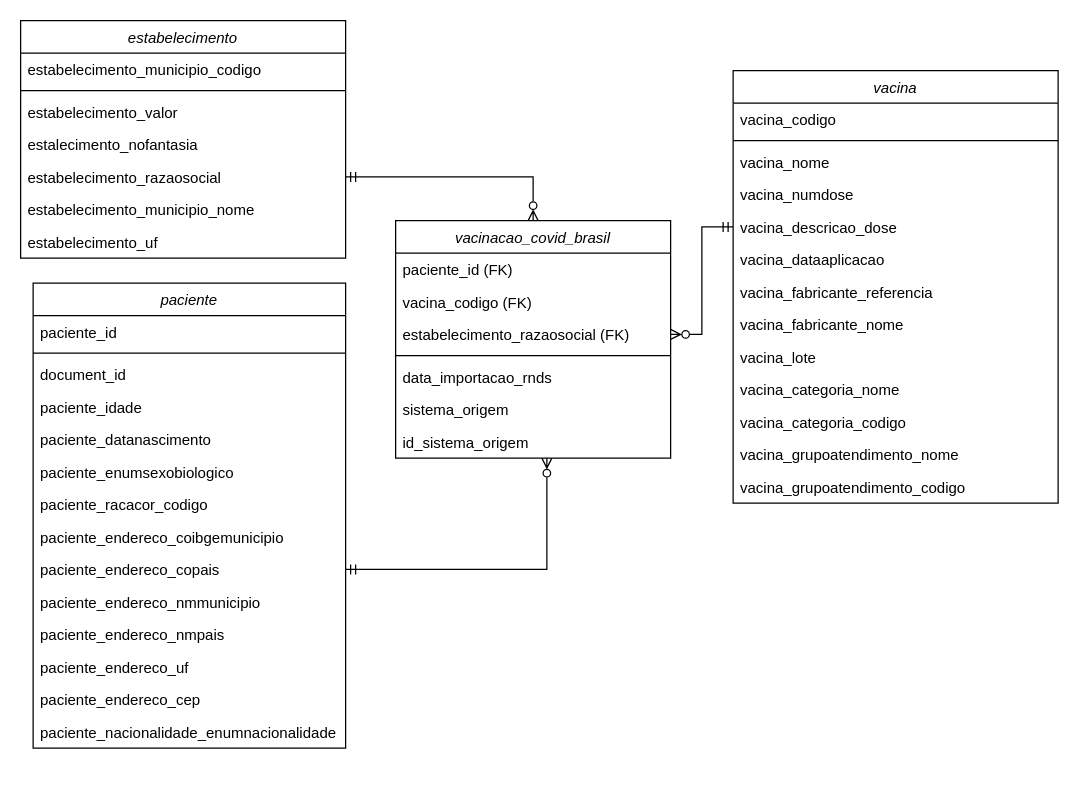
This is starSchema.drawio from troclaux/dw-trabalho-final-grupo, a draw.io file, before an edit. Source tidied: cells renumbered, new cells numbered last; positions are measured from the earlier drawing's top-left corner, leaving out a move shared by most shapes. Both pictures are drawn from the tidied source at 125%, with x=0, y=0 at pixel (20, 20).
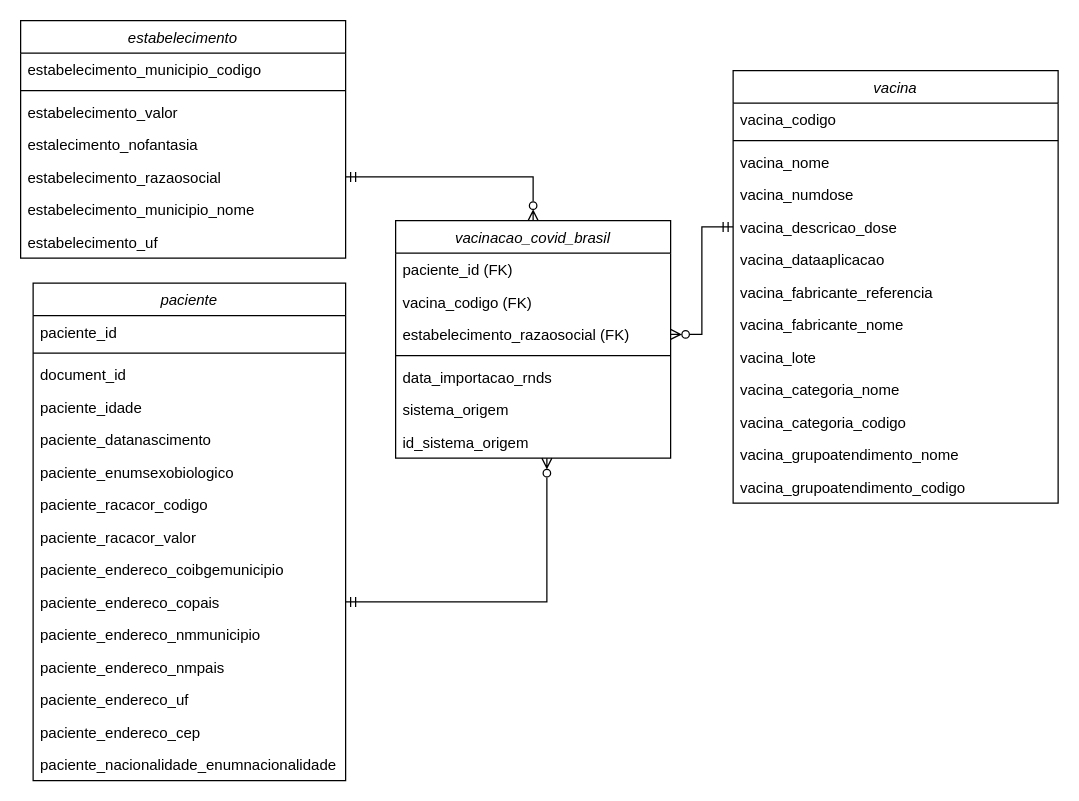
Above is the later version.

Commit message (it also covers changes not shown here):
*correcoes no modelo e na declaracao do modelo

Diff of the diagram source:
```diff
@@
     <mxCell id="2" value="paciente" style="swimlane;fontStyle=2;align=center;verticalAlign=top;horizontal=1;startSize=26;rounded=0;shadow=0;strokeWidth=1;" parent="1" vertex="1">
-      <mxGeometry x="10" y="210" width="250" height="372" as="geometry" />
+      <mxGeometry x="10" y="210" width="250" height="398" as="geometry" />
     </mxCell>
@@
+    <mxCell id="50" value="paciente_racacor_valor" style="text;align=left;verticalAlign=top;spacingLeft=4;spacingRight=4;overflow=hidden;" parent="2" vertex="1">
+      <mxGeometry y="190" width="250" height="26" as="geometry" />
+    </mxCell>
     <mxCell id="10" value="paciente_endereco_coibgemunicipio" style="text;align=left;verticalAlign=top;spacingLeft=4;spacingRight=4;overflow=hidden;" parent="2" vertex="1">
-      <mxGeometry y="190" width="250" height="26" as="geometry" />
+      <mxGeometry y="216" width="250" height="26" as="geometry" />
     </mxCell>
     <mxCell id="11" value="paciente_endereco_copais" style="text;align=left;verticalAlign=top;spacingLeft=4;spacingRight=4;overflow=hidden;points=[[0,0.5],[1,0.5]];portConstraint=eastwest;" parent="2" vertex="1">
-      <mxGeometry y="216" width="250" height="26" as="geometry" />
+      <mxGeometry y="242" width="250" height="26" as="geometry" />
     </mxCell>
     <mxCell id="12" value="paciente_endereco_nmmunicipio" style="text;align=left;verticalAlign=top;spacingLeft=4;spacingRight=4;overflow=hidden;" parent="2" vertex="1">
-      <mxGeometry y="242" width="250" height="26" as="geometry" />
+      <mxGeometry y="268" width="250" height="26" as="geometry" />
     </mxCell>
     <mxCell id="13" value="paciente_endereco_nmpais" style="text;align=left;verticalAlign=top;spacingLeft=4;spacingRight=4;overflow=hidden;" parent="2" vertex="1">
-      <mxGeometry y="268" width="250" height="26" as="geometry" />
+      <mxGeometry y="294" width="250" height="26" as="geometry" />
     </mxCell>
     <mxCell id="14" value="paciente_endereco_uf" style="text;align=left;verticalAlign=top;spacingLeft=4;spacingRight=4;overflow=hidden;" parent="2" vertex="1">
-      <mxGeometry y="294" width="250" height="26" as="geometry" />
+      <mxGeometry y="320" width="250" height="26" as="geometry" />
     </mxCell>
     <mxCell id="15" value="paciente_endereco_cep" style="text;align=left;verticalAlign=top;spacingLeft=4;spacingRight=4;overflow=hidden;" parent="2" vertex="1">
-      <mxGeometry y="320" width="250" height="26" as="geometry" />
+      <mxGeometry y="346" width="250" height="26" as="geometry" />
     </mxCell>
     <mxCell id="16" value="paciente_nacionalidade_enumnacionalidade" style="text;align=left;verticalAlign=top;spacingLeft=4;spacingRight=4;overflow=hidden;" parent="2" vertex="1">
-      <mxGeometry y="346" width="250" height="26" as="geometry" />
+      <mxGeometry y="372" width="250" height="26" as="geometry" />
     </mxCell>
```
